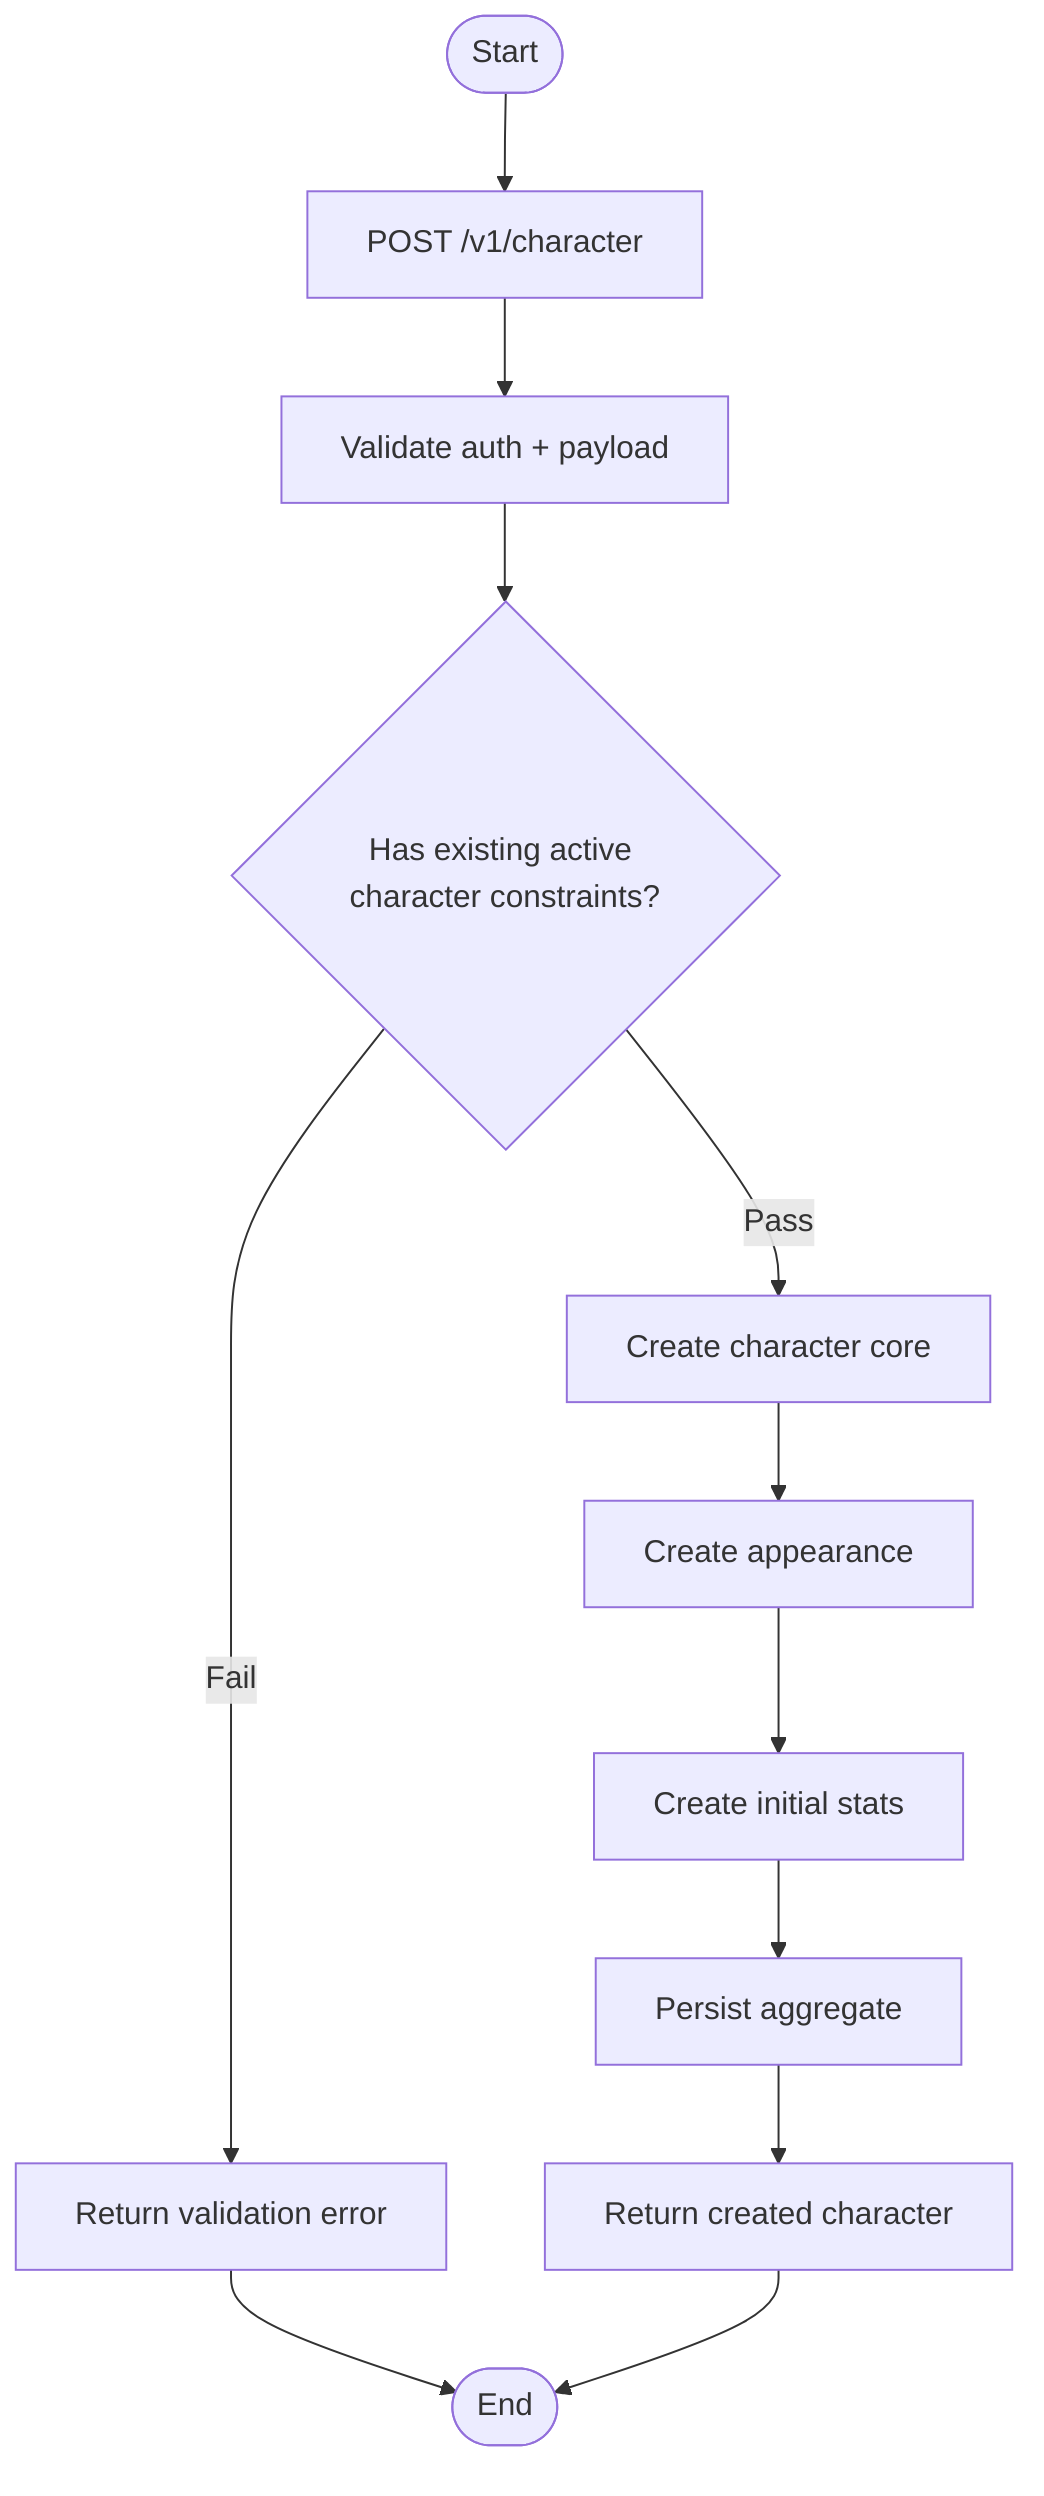
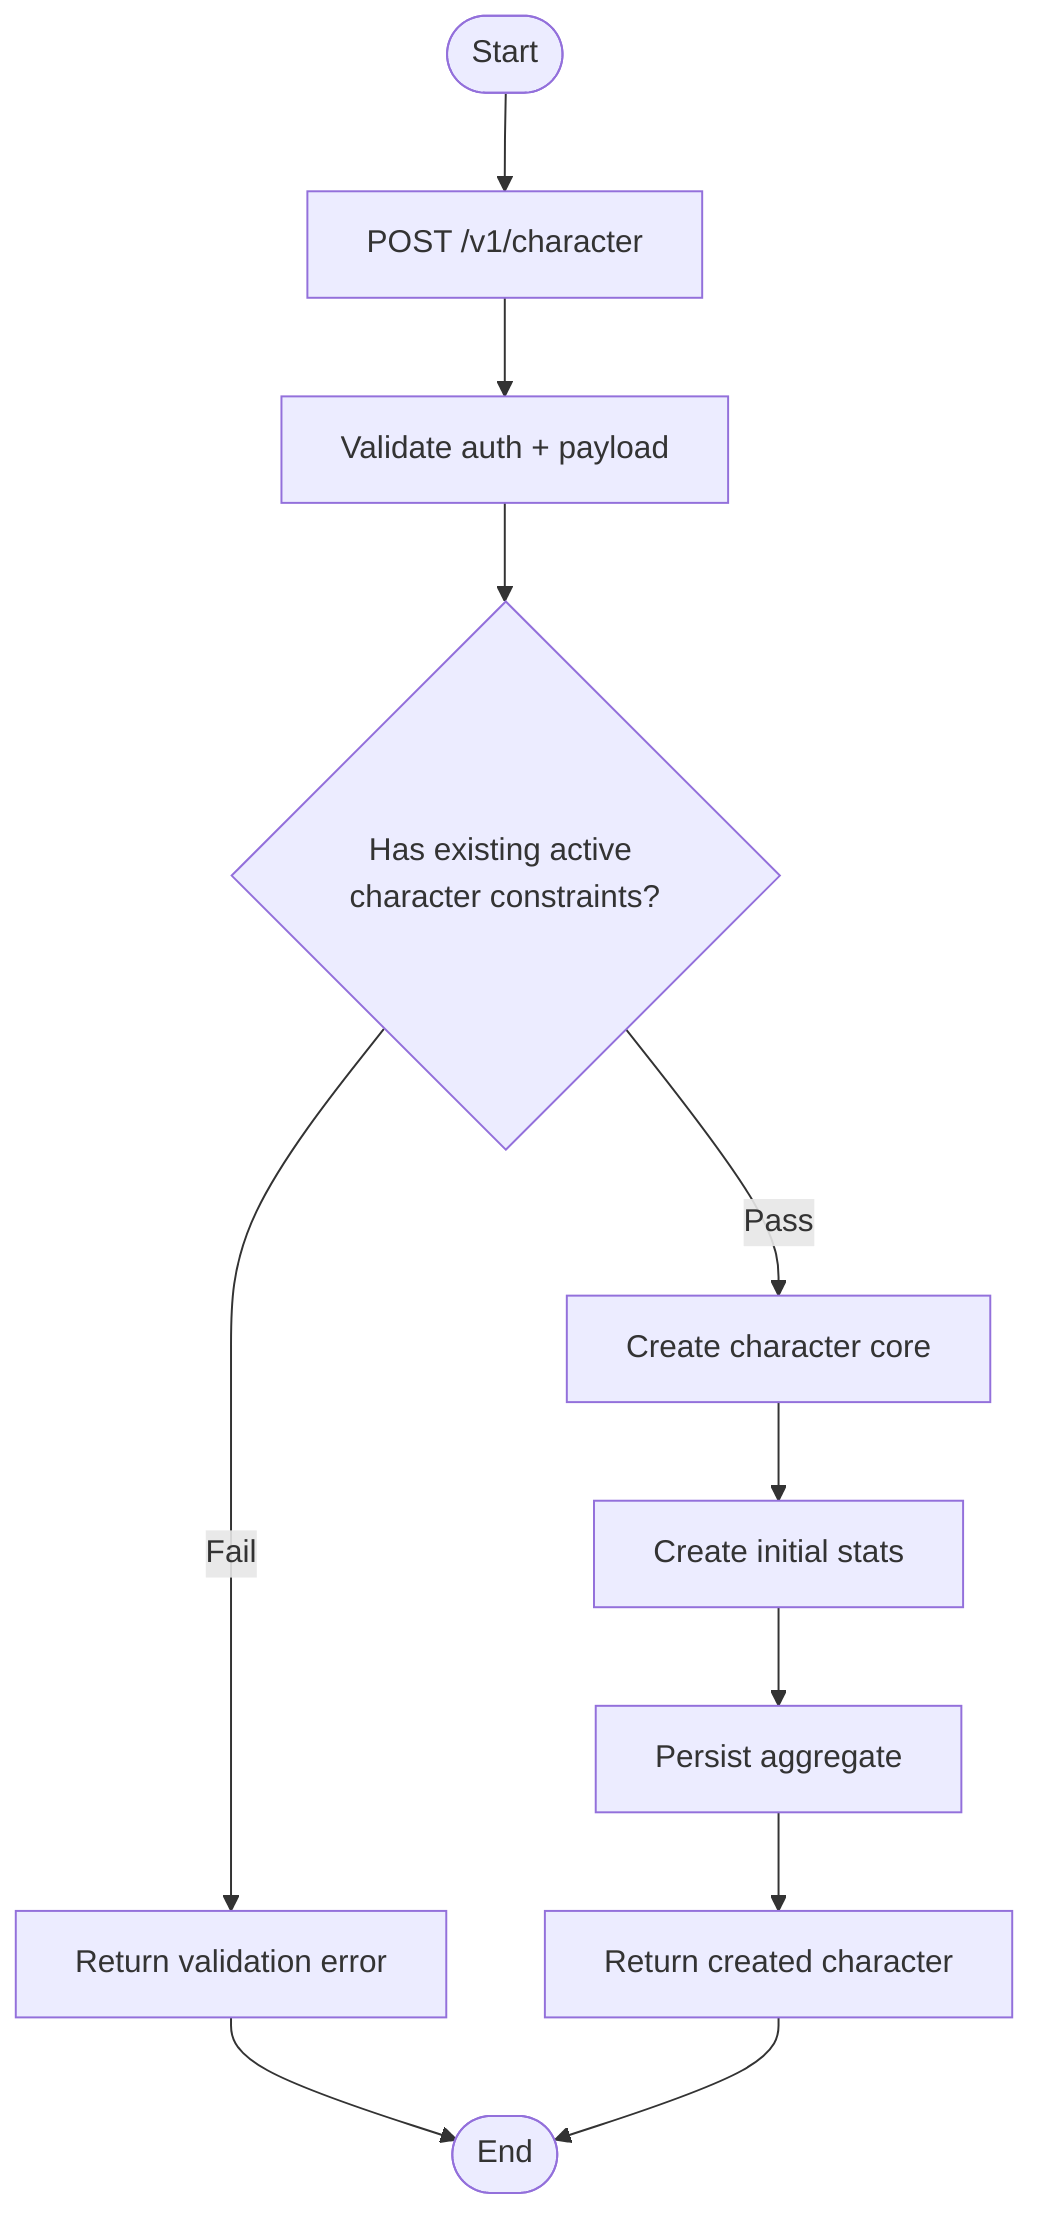
flowchart TD
  A([Start]) --> B[POST /v1/character]
  B --> C[Validate auth + payload]
  C --> D{Has existing active character constraints?}
  D -->|Fail| X[Return validation error]
  D -->|Pass| E[Create character core]
-   E --> F[Create appearance]
-   F --> G[Create initial stats]
-   G --> H[Persist aggregate]
-   H --> I[Return created character]
+   E --> F[Create initial stats]
+   F --> G[Persist aggregate]
+   G --> H[Return created character]
  X --> Z([End])
-   I --> Z
+   H --> Z
